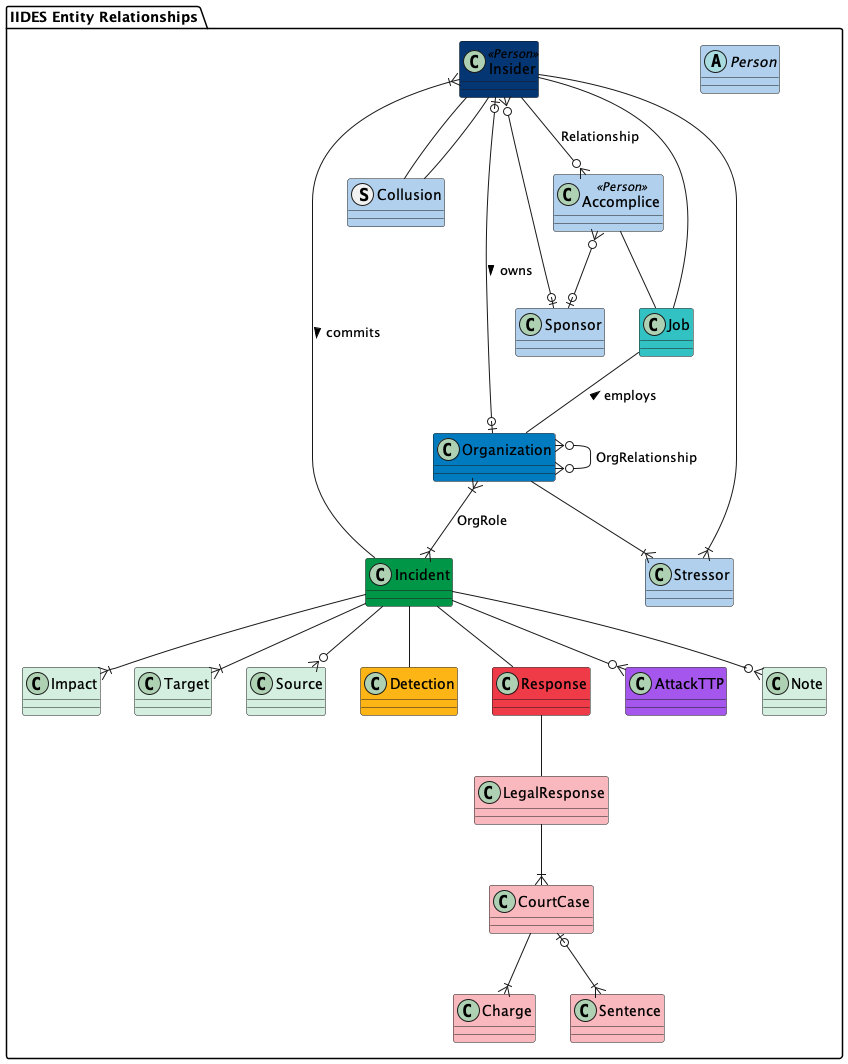
Above: UML/out/IIDES_Entity_Relationships.png in cmu-sei/iides (PlantUML), before the change.
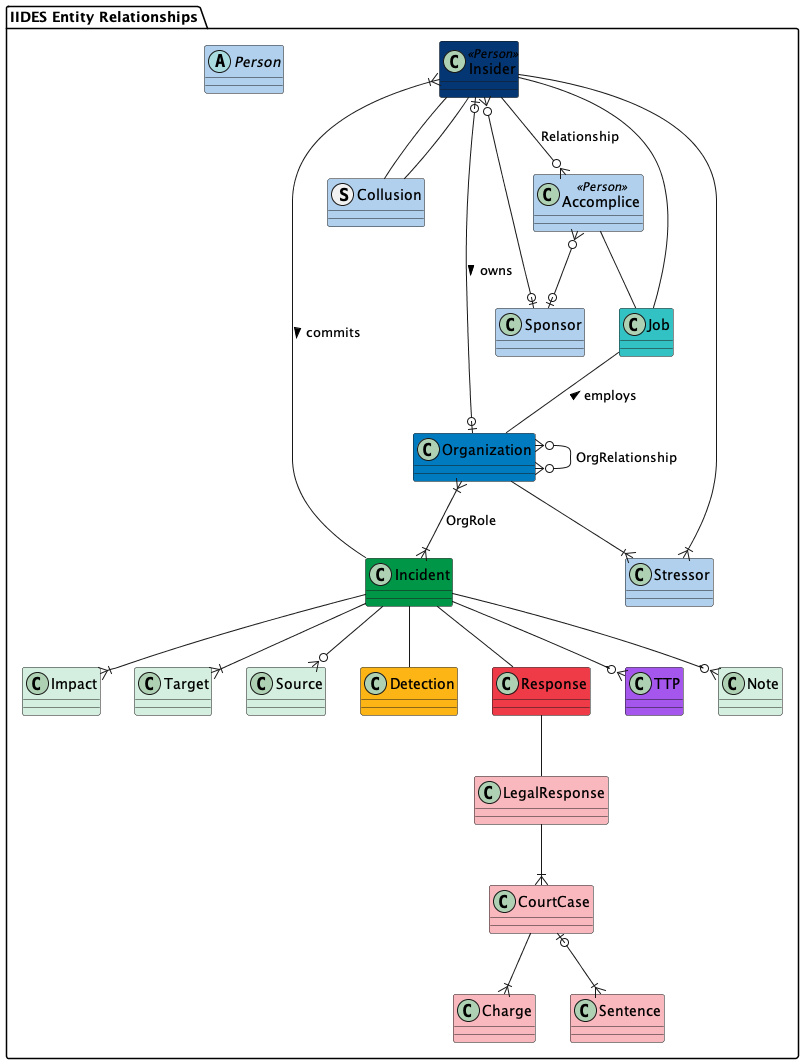
The same diagram one commit later.

Diff of the diagram source:
```diff
@@ -18,7 +18,7 @@
     class CourtCase #f9b8bd {}
     class Charge #f9b8bd {}
     class Sentence #f9b8bd {}
-    class AttackTTP #A456ED {}
+    class TTP #A456ED {}
     class Stressor #b0d0ed {}
     class Note #D4EFDF {}
 
@@ -46,6 +46,6 @@
     LegalResponse --|{ CourtCase
     Organization --|{ Stressor
     Stressor }|-- Insider
-    Incident --o{ AttackTTP
+    Incident --o{ TTP
 }
 @enduml
```
